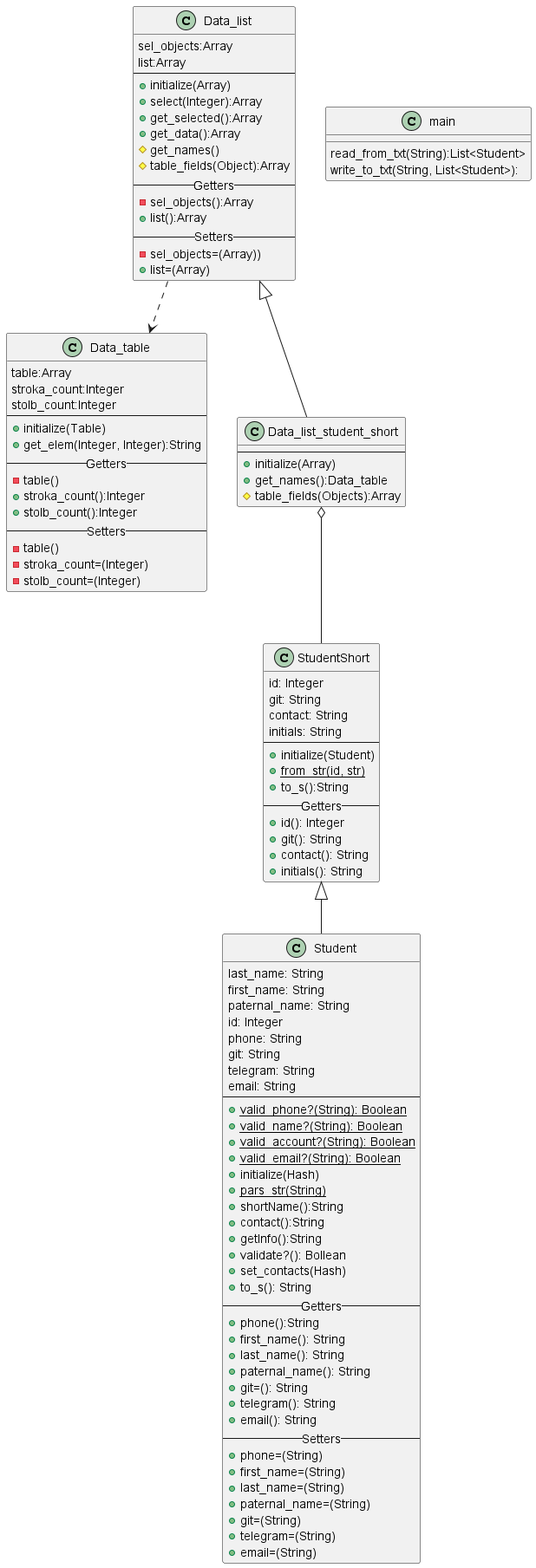
Above: Lab_2/Diagrams/student_diagram.png in yellowcat-dotcom/Ruby (PlantUML), before the change. Its diagram source:
```plantuml
@startuml

class Student {
last_name: String
first_name: String
paternal_name: String
id: Integer
phone: String
git: String
telegram: String
email: String
--
+{static}valid_phone?(String): Boolean
+{static}valid_name?(String): Boolean
+{static}valid_account?(String): Boolean
+{static}valid_email?(String): Boolean
+initialize(Hash)
+{static}pars_str(String)
+shortName():String
+contact():String
+getInfo():String
+validate?(): Bollean
+set_contacts(Hash)
+to_s(): String
--Getters--
+phone():String
+first_name(): String
+last_name(): String
+paternal_name(): String
+git=(): String
+telegram(): String
+email(): String
--Setters--
+phone=(String)
+first_name=(String)
+last_name=(String)
+paternal_name=(String)
+git=(String)
+telegram=(String)
+email=(String)
}

class StudentShort{
id: Integer
git: String
contact: String
initials: String
--
+initialize(Student)
+{static}from_str(id, str)
+to_s():String
--Getters--
+id(): Integer
+git(): String
+contact(): String
+initials(): String
}
class Data_list{
sel_objects:Array
list:Array
--
+initialize(Array)
+select(Integer):Array
+get_selected():Array
+get_data():Array
#get_names()
#table_fields(Object):Array
--Getters--
-sel_objects():Array
+list():Array
--Setters--
-sel_objects=(Array))
+list=(Array)
}

class Data_table{
table:Array
stroka_count:Integer
stolb_count:Integer
--
+initialize(Table)
+get_elem(Integer, Integer):String
--Getters--
-table()
+stroka_count():Integer
+stolb_count():Integer
--Setters--
-table()
-stroka_count=(Integer)
-stolb_count=(Integer)
}

class Data_list_student_short{
--
+initialize(Array)
+get_names():Data_table
#table_fields(Objects):Array
}

class main{
read_from_txt(String):List<Student>
write_to_txt(String, List<Student>):
}
StudentShort ^-- Student
Data_list ^-- Data_list_student_short
Data_list_student_short o--StudentShort
Data_list ..>Data_table
@enduml
```
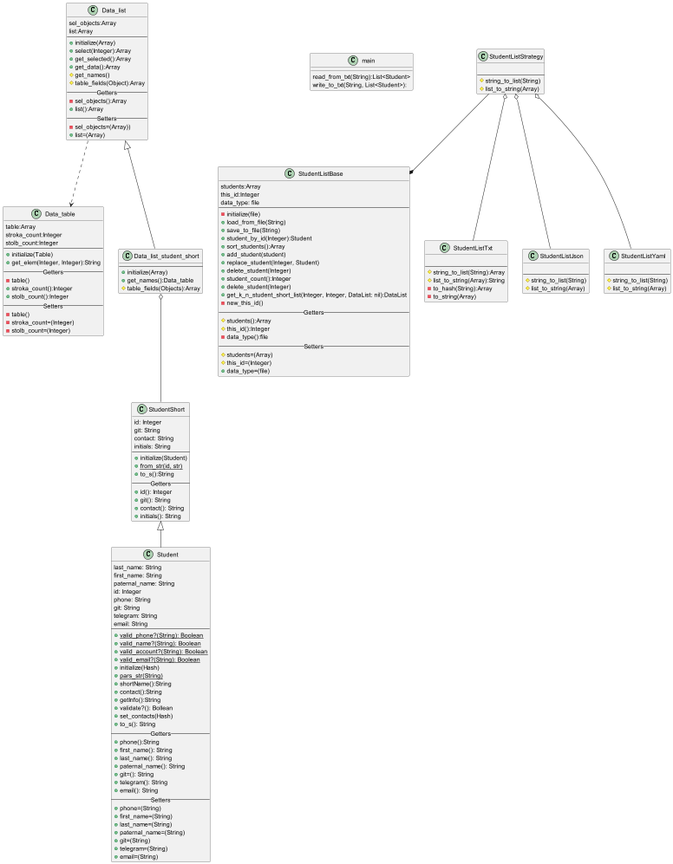
The same diagram one commit later.

Commit message:
тестирование + new diagram. 2.4 Done)

Change to the diagram source:
```diff
@@ -101,8 +101,64 @@
 read_from_txt(String):List<Student>
 write_to_txt(String, List<Student>):
 }
+class StudentListBase{
+students:Array
+this_id:Integer
+data_type: file
+--
+-initialize(file)
++load_from_file(String)
++save_to_file(String)
++student_by_id(Integer):Student
++sort_students():Array
++add_student(student)
++replace_student(Integer, Student)
++delete_student(Integer)
++student_count():Integer
++delete_student(Integer)
++get_k_n_student_short_list(Integer, Integer, DataList: nil):DataList
+-new_this_id()
+--Getters--
+#students():Array
+#this_id():Integer
+-data_type():file
+--Setters--
+#students=(Array)
+#this_id=(Integer)
++data_type=(file)
+}
+class StudentListStrategy{
+
+--
+#string_to_list(String)
+#list_to_string(Array)
+}
+class StudentListTxt{
+
+--
+#string_to_list(String):Array
+#list_to_string(Array):String
+-to_hash(String):Array
+-to_string(Array)
+}
+class StudentListJson{
+
+--
+#string_to_list(String)
+#list_to_string(Array)
+}
+class StudentListYaml{
+
+--
+#string_to_list(String)
+#list_to_string(Array)
+}
 StudentShort ^-- Student
 Data_list ^-- Data_list_student_short
 Data_list_student_short o--StudentShort
 Data_list ..>Data_table
+StudentListStrategy o--StudentListYaml
+StudentListStrategy o--StudentListJson
+StudentListStrategy o--StudentListTxt
+StudentListStrategy --* StudentListBase
 @enduml
```
